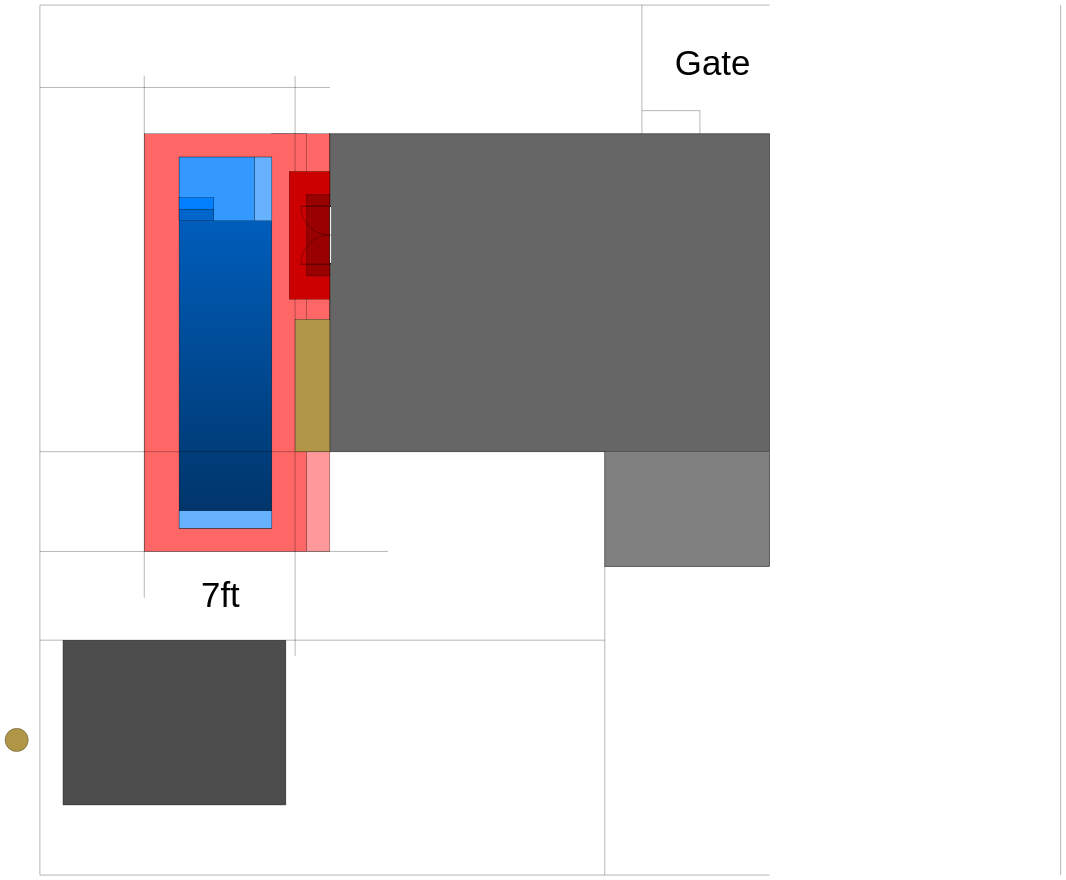
This is Pool.drawio from hikumealan/draw-io-diagrams, a draw.io file, before an edit. Source tidied: cells renumbered, new cells numbered last; positions are measured from the earlier drawing's top-left corner, leaving out a move shared by most shapes. Both pictures are drawn from the tidied source at 29%, with x=0, y=0 at pixel (5, 5).
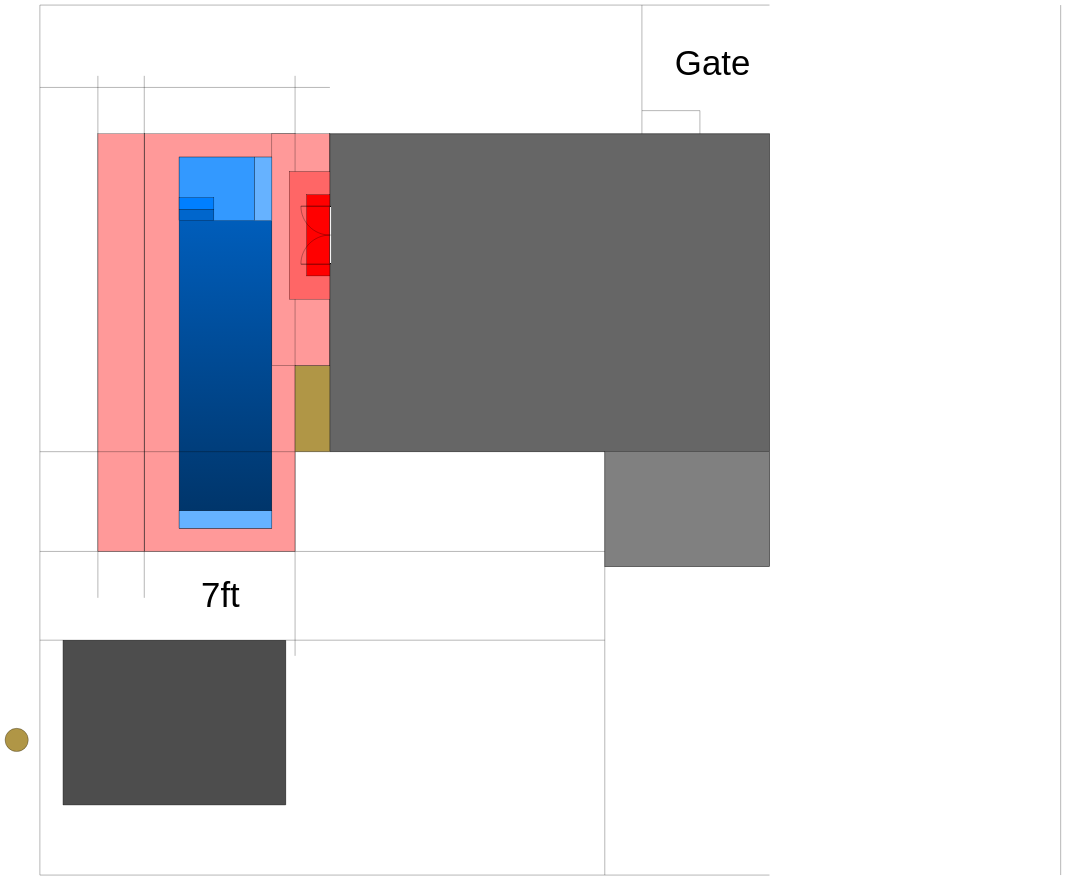
The same page after the edit.

The edit, as a diff of the source:
```diff
@@
+    <mxCell id="5" style="rounded=0;whiteSpace=wrap;html=1;fillColor=#FF9999;" parent="1" vertex="1">
+      <mxGeometry x="480" y="444" width="520" height="1440" as="geometry" />
+    </mxCell>
+    <mxCell id="47" style="rounded=0;whiteSpace=wrap;html=1;fontSize=120;fillColor=#FF9999;gradientColor=none;gradientDirection=north;" parent="1" vertex="1">
+      <mxGeometry x="320" y="444" width="160" height="1440" as="geometry" />
+    </mxCell>
-    <mxCell id="2" style="rounded=0;whiteSpace=wrap;html=1;fillColor=#FF6666;direction=south;" parent="1" vertex="1">
-      <mxGeometry x="920" y="444" width="200" height="640" as="geometry" />
+    <mxCell id="2" style="rounded=0;whiteSpace=wrap;html=1;fillColor=#FF9999;direction=south;" parent="1" vertex="1">
+      <mxGeometry x="920" y="444" width="200" height="800" as="geometry" />
     </mxCell>
-    <mxCell id="3" style="rounded=0;whiteSpace=wrap;html=1;fillColor=#FF9999;gradientColor=none;" parent="1" vertex="1">
-      <mxGeometry x="1040" y="1540" width="80" height="344" as="geometry" />
-    </mxCell>
@@
-    <mxCell id="5" style="rounded=0;whiteSpace=wrap;html=1;fillColor=#FF6666;" parent="1" vertex="1">
-      <mxGeometry x="480" y="444" width="560" height="1440" as="geometry" />
-    </mxCell>
@@
-    <mxCell id="36" style="rounded=0;whiteSpace=wrap;html=1;fillColor=#B09646;gradientColor=none;gradientDirection=north;" parent="1" vertex="1">
-      <mxGeometry x="1000" y="1084" width="120" height="456" as="geometry" />
-    </mxCell>
-    <mxCell id="37" style="rounded=0;whiteSpace=wrap;html=1;fillColor=#CC0000;gradientColor=none;gradientDirection=north;" parent="1" vertex="1">
+    <mxCell id="37" style="rounded=0;whiteSpace=wrap;html=1;fillColor=#FF6666;gradientColor=none;gradientDirection=north;" parent="1" vertex="1">
       <mxGeometry x="980" y="574" width="140" height="440" as="geometry" />
     </mxCell>
-    <mxCell id="38" style="rounded=0;whiteSpace=wrap;html=1;fillColor=#990000;gradientColor=none;gradientDirection=north;" parent="1" vertex="1">
+    <mxCell id="38" style="rounded=0;whiteSpace=wrap;html=1;fillColor=#FF0000;gradientColor=none;gradientDirection=north;" parent="1" vertex="1">
       <mxGeometry x="1040" y="654" width="80" height="280" as="geometry" />
     </mxCell>
@@
     <mxCell id="42" style="endArrow=none;html=1;rounded=0;" parent="1" edge="1">
       <mxGeometry relative="1" as="geometry">
         <mxPoint x="120" y="1884" as="sourcePoint" />
-        <mxPoint x="1320" y="1884" as="targetPoint" />
+        <mxPoint x="2068" y="1884" as="targetPoint" />
       </mxGeometry>
     </mxCell>
@@
+    <mxCell id="48" style="endArrow=none;html=1;rounded=0;fontSize=120;" parent="1" edge="1">
+      <mxGeometry relative="1" as="geometry">
+        <mxPoint x="320" y="244" as="sourcePoint" />
+        <mxPoint x="320" y="2044" as="targetPoint" />
+      </mxGeometry>
+    </mxCell>
+    <mxCell id="49" style="rounded=0;whiteSpace=wrap;html=1;fillColor=#B09646;gradientColor=none;gradientDirection=north;" parent="1" vertex="1">
+      <mxGeometry x="1000" y="1244" width="120" height="296" as="geometry" />
+    </mxCell>
```
